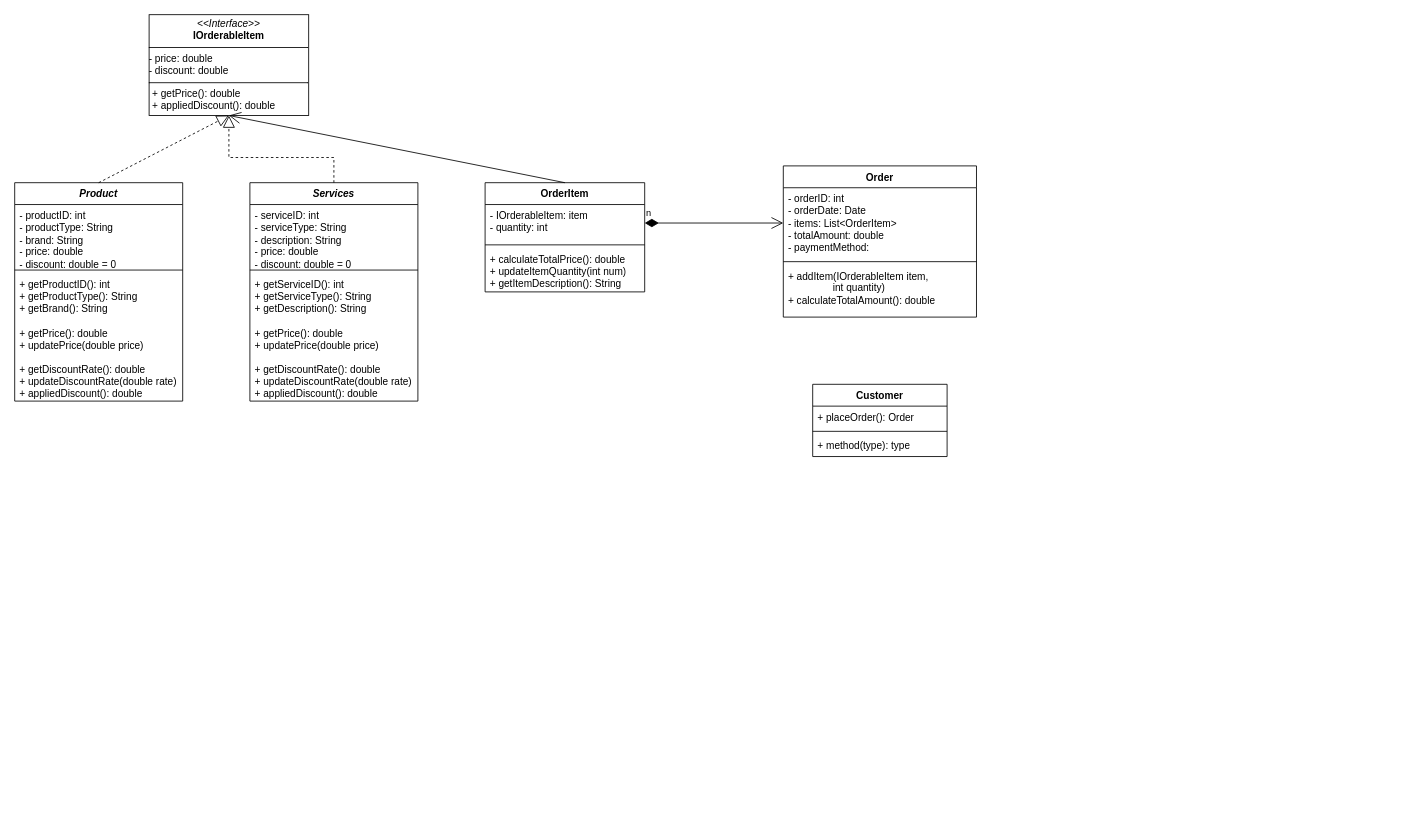
Earlier version of the draw.io diagram soft2201w3.drawio (NguyenChHieu/graphs). Source tidied: cells renumbered, new cells numbered last; positions are measured from the earlier drawing's top-left corner, leaving out a move shared by most shapes. Both pictures are drawn from the tidied source at 84%, with x=0, y=0 at pixel (14, 14).
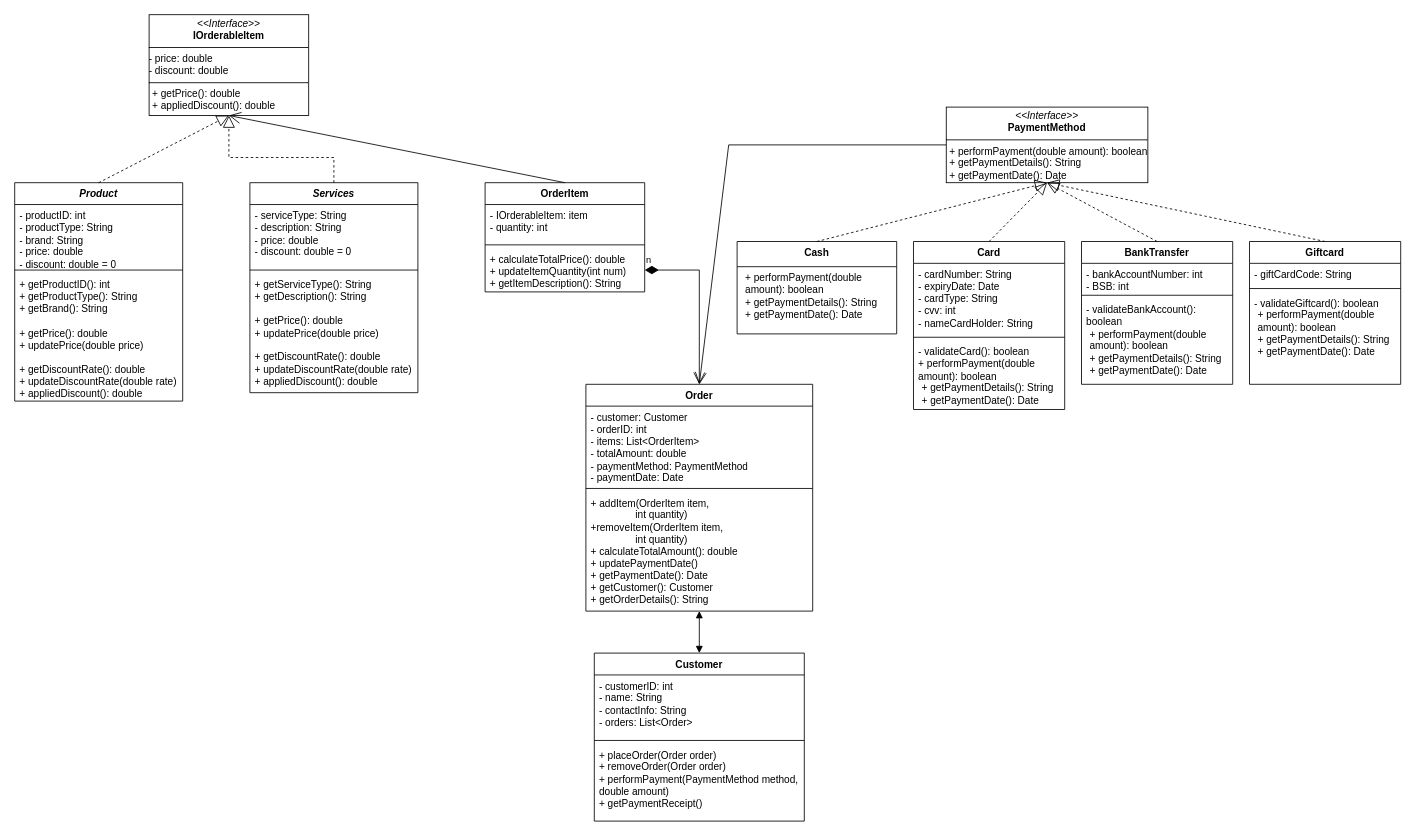
The same diagram, later.

The change refers to these unchanged cells:
```xml
<mxCell id="18" value="- IOrderableItem: item&lt;div&gt;- quantity: int&lt;/div&gt;" style="text;strokeColor=none;fillColor=none;align=left;verticalAlign=top;spacingLeft=4;spacingRight=4;overflow=hidden;points=[[0,0.5],[1,0.5]];portConstraint=eastwest;whiteSpace=wrap;html=1;" parent="17" vertex="1">
  <mxGeometry y="26" width="190" height="44" as="geometry" />
</mxCell>
<mxCell id="20" value="+ calculateTotalPrice(): double&lt;div&gt;+ updateItemQuantity(int num)&lt;br&gt;&lt;div&gt;+ getItemDescription(): String&lt;br&gt;&lt;div&gt;&lt;br&gt;&lt;/div&gt;&lt;/div&gt;&lt;/div&gt;" style="text;strokeColor=none;fillColor=none;align=left;verticalAlign=top;spacingLeft=4;spacingRight=4;overflow=hidden;points=[[0,0.5],[1,0.5]];portConstraint=eastwest;whiteSpace=wrap;html=1;" parent="17" vertex="1">
  <mxGeometry y="78" width="190" height="52" as="geometry" />
</mxCell>
```

What changed in the source:
```diff
@@
     <mxCell id="6" value="&lt;i&gt;Services&lt;/i&gt;" style="swimlane;fontStyle=1;align=center;verticalAlign=top;horizontal=1;startSize=26;whiteSpace=wrap;html=1;" parent="1" vertex="1">
-      <mxGeometry x="280" y="200" width="200" height="260" as="geometry" />
+      <mxGeometry x="280" y="200" width="200" height="250" as="geometry" />
     </mxCell>
-    <mxCell id="7" value="- serviceID: int&amp;nbsp;&lt;div&gt;- serviceType: String&lt;br&gt;&lt;div&gt;- description: String&amp;nbsp;&lt;/div&gt;&lt;div&gt;- price: double&lt;/div&gt;&lt;/div&gt;&lt;div&gt;- discount: double = 0&lt;/div&gt;" style="text;strokeColor=none;fillColor=none;align=left;verticalAlign=top;spacingLeft=4;spacingRight=4;overflow=hidden;whiteSpace=wrap;html=1;" parent="6" vertex="1">
+    <mxCell id="7" value="&lt;div&gt;- serviceType: String&lt;br&gt;&lt;div&gt;- description: String&amp;nbsp;&lt;/div&gt;&lt;div&gt;- price: double&lt;/div&gt;&lt;/div&gt;&lt;div&gt;- discount: double = 0&lt;/div&gt;" style="text;strokeColor=none;fillColor=none;align=left;verticalAlign=top;spacingLeft=4;spacingRight=4;overflow=hidden;whiteSpace=wrap;html=1;" parent="6" vertex="1">
       <mxGeometry y="26" width="200" height="74" as="geometry" />
     </mxCell>
@@
-    <mxCell id="9" value="+ getServiceID(): int&lt;div&gt;+ getServiceType(): String&lt;/div&gt;&lt;div&gt;+ getDescription(): String&lt;/div&gt;&lt;div&gt;&lt;div&gt;&lt;br&gt;&lt;/div&gt;&lt;div&gt;+ getPrice(): double&lt;/div&gt;&lt;div&gt;+ updatePrice(double price)&lt;/div&gt;&lt;div&gt;&lt;br&gt;&lt;/div&gt;&lt;div&gt;+ getDiscountRate(): double&lt;/div&gt;&lt;div&gt;+ updateDiscountRate(double rate)&lt;/div&gt;&lt;div&gt;+ appliedDiscount(): double&lt;/div&gt;&lt;div&gt;&lt;br&gt;&lt;/div&gt;&lt;/div&gt;" style="text;strokeColor=none;fillColor=none;align=left;verticalAlign=top;spacingLeft=4;spacingRight=4;overflow=hidden;whiteSpace=wrap;html=1;" parent="6" vertex="1">
-      <mxGeometry y="108" width="200" height="152" as="geometry" />
+    <mxCell id="9" value="&lt;div&gt;+ getServiceType(): String&lt;/div&gt;&lt;div&gt;+ getDescription(): String&lt;/div&gt;&lt;div&gt;&lt;div&gt;&lt;br&gt;&lt;/div&gt;&lt;div&gt;+ getPrice(): double&lt;/div&gt;&lt;div&gt;+ updatePrice(double price)&lt;/div&gt;&lt;div&gt;&lt;br&gt;&lt;/div&gt;&lt;div&gt;+ getDiscountRate(): double&lt;/div&gt;&lt;div&gt;+ updateDiscountRate(double rate)&lt;/div&gt;&lt;div&gt;+ appliedDiscount(): double&lt;/div&gt;&lt;div&gt;&lt;br&gt;&lt;/div&gt;&lt;/div&gt;" style="text;strokeColor=none;fillColor=none;align=left;verticalAlign=top;spacingLeft=4;spacingRight=4;overflow=hidden;whiteSpace=wrap;html=1;" parent="6" vertex="1">
+      <mxGeometry y="108" width="200" height="142" as="geometry" />
     </mxCell>
     <mxCell id="10" value="Customer" style="swimlane;fontStyle=1;align=center;verticalAlign=top;horizontal=1;startSize=26;whiteSpace=wrap;html=1;" parent="1" vertex="1">
-      <mxGeometry x="950" y="440" width="160" height="86" as="geometry" />
+      <mxGeometry x="690" y="760" width="250" height="200" as="geometry" />
     </mxCell>
-    <mxCell id="11" value="+ placeOrder(): Order" style="text;strokeColor=none;fillColor=none;align=left;verticalAlign=top;spacingLeft=4;spacingRight=4;overflow=hidden;whiteSpace=wrap;html=1;" parent="10" vertex="1">
-      <mxGeometry y="26" width="160" height="26" as="geometry" />
+    <mxCell id="11" value="&lt;div&gt;- customerID: int&lt;/div&gt;&lt;div&gt;- name: String&lt;/div&gt;&lt;div&gt;- contactInfo: String&lt;/div&gt;- orders: List&amp;lt;Order&amp;gt;" style="text;strokeColor=none;fillColor=none;align=left;verticalAlign=top;spacingLeft=4;spacingRight=4;overflow=hidden;whiteSpace=wrap;html=1;" parent="10" vertex="1">
+      <mxGeometry y="26" width="250" height="74" as="geometry" />
     </mxCell>
     <mxCell id="12" style="line;strokeWidth=1;fillColor=none;align=left;verticalAlign=middle;spacingTop=-1;spacingLeft=3;spacingRight=3;labelPosition=right;strokeColor=inherit;" parent="10" vertex="1">
-      <mxGeometry y="52" width="160" height="8" as="geometry" />
+      <mxGeometry y="100" width="250" height="8" as="geometry" />
     </mxCell>
-    <mxCell id="13" value="+ method(type): type" style="text;strokeColor=none;fillColor=none;align=left;verticalAlign=top;spacingLeft=4;spacingRight=4;overflow=hidden;whiteSpace=wrap;html=1;" parent="10" vertex="1">
-      <mxGeometry y="60" width="160" height="26" as="geometry" />
+    <mxCell id="13" value="&lt;div&gt;+ placeOrder(Order order)&lt;/div&gt;&lt;div&gt;+ removeOrder(Order order)&lt;/div&gt;&lt;div&gt;+ performPayment(PaymentMethod method, double amount)&lt;/div&gt;&lt;div&gt;+ getPaymentReceipt(&lt;span style=&quot;background-color: initial;&quot;&gt;)&lt;/span&gt;&lt;/div&gt;" style="text;strokeColor=none;fillColor=none;align=left;verticalAlign=top;spacingLeft=4;spacingRight=4;overflow=hidden;whiteSpace=wrap;html=1;" parent="10" vertex="1">
+      <mxGeometry y="108" width="250" height="92" as="geometry" />
     </mxCell>
@@
     <mxCell id="22" value="Order" style="swimlane;fontStyle=1;align=center;verticalAlign=top;horizontal=1;startSize=26;whiteSpace=wrap;html=1;" parent="1" vertex="1">
-      <mxGeometry x="915" y="180" width="230" height="180" as="geometry" />
+      <mxGeometry x="680" y="440" width="270" height="270" as="geometry" />
     </mxCell>
-    <mxCell id="23" value="&lt;div&gt;- orderID: int&lt;/div&gt;&lt;div&gt;-&lt;span style=&quot;background-color: initial;&quot;&gt;&amp;nbsp;&lt;/span&gt;&lt;span style=&quot;background-color: initial;&quot;&gt;orderDate: Date&lt;/span&gt;&lt;/div&gt;- items&lt;span style=&quot;background-color: initial;&quot;&gt;: List&amp;lt;OrderItem&amp;gt;&amp;nbsp;&lt;/span&gt;&lt;div&gt;&lt;span style=&quot;background-color: initial;&quot;&gt;- totalAmount: double&amp;nbsp;&lt;/span&gt;&lt;/div&gt;&lt;div&gt;&lt;span style=&quot;background-color: initial;&quot;&gt;- paymentMethod:&amp;nbsp;&lt;/span&gt;&lt;/div&gt;&lt;div&gt;&lt;br&gt;&lt;/div&gt;" style="text;strokeColor=none;fillColor=none;align=left;verticalAlign=top;spacingLeft=4;spacingRight=4;overflow=hidden;points=[[0,0.5],[1,0.5]];portConstraint=eastwest;whiteSpace=wrap;html=1;" parent="22" vertex="1">
-      <mxGeometry y="26" width="230" height="84" as="geometry" />
+    <mxCell id="23" value="&lt;div&gt;- customer: Customer&lt;/div&gt;&lt;div&gt;- orderID: int&lt;/div&gt;- items&lt;span style=&quot;background-color: initial;&quot;&gt;: List&amp;lt;OrderItem&amp;gt;&amp;nbsp;&lt;/span&gt;&lt;div&gt;&lt;span style=&quot;background-color: initial;&quot;&gt;- totalAmount: double&amp;nbsp;&lt;/span&gt;&lt;/div&gt;&lt;div&gt;&lt;span style=&quot;background-color: initial;&quot;&gt;- paymentMethod: PaymentMethod&lt;/span&gt;&lt;/div&gt;&lt;div&gt;-&lt;span style=&quot;background-color: initial;&quot;&gt;&amp;nbsp;payment&lt;/span&gt;&lt;span style=&quot;background-color: initial;&quot;&gt;Date: Date&lt;/span&gt;&lt;br&gt;&lt;/div&gt;" style="text;strokeColor=none;fillColor=none;align=left;verticalAlign=top;spacingLeft=4;spacingRight=4;overflow=hidden;points=[[0,0.5],[1,0.5]];portConstraint=eastwest;whiteSpace=wrap;html=1;" parent="22" vertex="1">
+      <mxGeometry y="26" width="270" height="94" as="geometry" />
     </mxCell>
     <mxCell id="24" style="line;strokeWidth=1;fillColor=none;align=left;verticalAlign=middle;spacingTop=-1;spacingLeft=3;spacingRight=3;labelPosition=right;strokeColor=inherit;" parent="22" vertex="1">
-      <mxGeometry y="110" width="230" height="8" as="geometry" />
+      <mxGeometry y="120" width="270" height="8" as="geometry" />
     </mxCell>
-    <mxCell id="25" value="+ addItem(IOrderableItem item,&lt;div&gt;&lt;span style=&quot;white-space: pre;&quot;&gt;&#9;&lt;/span&gt;&lt;span style=&quot;white-space: pre;&quot;&gt;&#9;&lt;/span&gt;int quantity)&lt;/div&gt;&lt;div&gt;+ calculateTotalAmount(): double&lt;/div&gt;" style="text;strokeColor=none;fillColor=none;align=left;verticalAlign=top;spacingLeft=4;spacingRight=4;overflow=hidden;whiteSpace=wrap;html=1;" parent="22" vertex="1">
-      <mxGeometry y="118" width="230" height="62" as="geometry" />
+    <mxCell id="25" value="+ addItem(OrderItem item,&lt;div&gt;&lt;span style=&quot;white-space: pre;&quot;&gt;&#9;&lt;/span&gt;&lt;span style=&quot;white-space: pre;&quot;&gt;&#9;&lt;/span&gt;int quantity)&lt;/div&gt;&lt;div&gt;+removeItem(&lt;span style=&quot;background-color: initial;&quot;&gt;OrderItem item,&lt;/span&gt;&lt;/div&gt;&lt;div&gt;&lt;span style=&quot;white-space: pre;&quot;&gt;&#9;&lt;/span&gt;&lt;span style=&quot;white-space: pre;&quot;&gt;&#9;&lt;/span&gt;int quantity)&lt;/div&gt;&lt;div&gt;+ calculateTotalAmount(): double&lt;/div&gt;&lt;div&gt;+ updatePaymentDate()&lt;/div&gt;&lt;div&gt;+ getPaymentDate(): Date&lt;/div&gt;&lt;div&gt;+ getCustomer(): Customer&lt;/div&gt;&lt;div&gt;+ getOrderDetails(): String&lt;/div&gt;" style="text;strokeColor=none;fillColor=none;align=left;verticalAlign=top;spacingLeft=4;spacingRight=4;overflow=hidden;whiteSpace=wrap;html=1;" parent="22" vertex="1">
+      <mxGeometry y="128" width="270" height="142" as="geometry" />
     </mxCell>
+    <mxCell id="27" value="&lt;p style=&quot;margin:0px;margin-top:4px;text-align:center;&quot;&gt;&lt;i&gt;&amp;lt;&amp;lt;Interface&amp;gt;&amp;gt;&lt;/i&gt;&lt;br&gt;&lt;b&gt;PaymentMethod&lt;/b&gt;&lt;/p&gt;&lt;hr size=&quot;1&quot; style=&quot;border-style:solid;&quot;&gt;&lt;p style=&quot;margin: 0px 0px 0px 4px;&quot;&gt;+ performPayment(double amount):&lt;span style=&quot;background-color: initial;&quot;&gt;&amp;nbsp;&lt;/span&gt;&lt;span style=&quot;background-color: initial;&quot;&gt;boolean&lt;/span&gt;&lt;/p&gt;&lt;p style=&quot;margin: 0px 0px 0px 4px;&quot;&gt;+ getPaymentDetails():&amp;nbsp;&lt;span style=&quot;background-color: initial;&quot;&gt;String&lt;/span&gt;&lt;/p&gt;&lt;p style=&quot;margin: 0px 0px 0px 4px;&quot;&gt;&lt;span style=&quot;background-color: initial;&quot;&gt;+ getPaymentDate(): Date&lt;/span&gt;&lt;/p&gt;" style="verticalAlign=top;align=left;overflow=fill;html=1;whiteSpace=wrap;" parent="1" vertex="1">
+      <mxGeometry x="1109" y="110" width="240" height="90" as="geometry" />
+    </mxCell>
+    <mxCell id="28" value="Card" style="swimlane;fontStyle=1;align=center;verticalAlign=top;horizontal=1;startSize=26;whiteSpace=wrap;html=1;" parent="1" vertex="1">
+      <mxGeometry x="1070" y="270" width="180" height="200" as="geometry" />
+    </mxCell>
+    <mxCell id="29" value="- cardNumber: String&lt;div&gt;- expiryDate: Date&lt;/div&gt;&lt;div&gt;- cardType: String&amp;nbsp;&lt;/div&gt;&lt;div&gt;- cvv: int&lt;/div&gt;&lt;div&gt;- nameCardHolder: String&lt;/div&gt;" style="text;strokeColor=none;fillColor=none;align=left;verticalAlign=top;spacingLeft=4;spacingRight=4;overflow=hidden;whiteSpace=wrap;html=1;" parent="28" vertex="1">
+      <mxGeometry y="26" width="180" height="84" as="geometry" />
+    </mxCell>
+    <mxCell id="30" style="line;strokeWidth=1;fillColor=none;align=left;verticalAlign=middle;spacingTop=-1;spacingLeft=3;spacingRight=3;labelPosition=right;strokeColor=inherit;" parent="28" vertex="1">
+      <mxGeometry y="110" width="180" height="8" as="geometry" />
+    </mxCell>
+    <mxCell id="31" value="- validateCard(): boolean&lt;div&gt;&lt;span style=&quot;background-color: initial;&quot;&gt;+ performPayment(double amount):&lt;/span&gt;&lt;span style=&quot;background-color: initial;&quot;&gt;&amp;nbsp;&lt;/span&gt;&lt;span style=&quot;background-color: initial;&quot;&gt;boolean&lt;/span&gt;&lt;div&gt;&lt;p style=&quot;margin: 0px 0px 0px 4px;&quot;&gt;+ getPaymentDetails():&amp;nbsp;&lt;span style=&quot;background-color: initial;&quot;&gt;String&lt;/span&gt;&lt;/p&gt;&lt;p style=&quot;margin: 0px 0px 0px 4px;&quot;&gt;+ getPaymentDate(): Date&lt;span style=&quot;background-color: initial;&quot;&gt;&lt;br&gt;&lt;/span&gt;&lt;/p&gt;&lt;/div&gt;&lt;/div&gt;" style="text;strokeColor=none;fillColor=none;align=left;verticalAlign=top;spacingLeft=4;spacingRight=4;overflow=hidden;whiteSpace=wrap;html=1;" parent="28" vertex="1">
+      <mxGeometry y="118" width="180" height="82" as="geometry" />
+    </mxCell>
+    <mxCell id="32" value="Cash" style="swimlane;fontStyle=1;align=center;verticalAlign=top;horizontal=1;startSize=30;whiteSpace=wrap;html=1;" parent="1" vertex="1">
+      <mxGeometry x="860" y="270" width="190" height="110" as="geometry" />
+    </mxCell>
+    <mxCell id="33" value="&lt;p style=&quot;margin: 0px 0px 0px 4px;&quot;&gt;+ performPayment(double amount):&lt;span style=&quot;background-color: initial;&quot;&gt;&amp;nbsp;&lt;/span&gt;&lt;span style=&quot;background-color: initial;&quot;&gt;boolean&lt;/span&gt;&lt;/p&gt;&lt;p style=&quot;margin: 0px 0px 0px 4px;&quot;&gt;+ getPaymentDetails():&amp;nbsp;&lt;span style=&quot;background-color: initial;&quot;&gt;String&lt;/span&gt;&lt;/p&gt;&lt;p style=&quot;margin: 0px 0px 0px 4px;&quot;&gt;+ getPaymentDate(): Date&lt;span style=&quot;background-color: initial;&quot;&gt;&lt;br&gt;&lt;/span&gt;&lt;/p&gt;" style="text;strokeColor=none;fillColor=none;align=left;verticalAlign=top;spacingLeft=4;spacingRight=4;overflow=hidden;whiteSpace=wrap;html=1;" parent="32" vertex="1">
+      <mxGeometry y="30" width="190" height="80" as="geometry" />
+    </mxCell>
+    <mxCell id="34" value="BankTransfer" style="swimlane;fontStyle=1;align=center;verticalAlign=top;horizontal=1;startSize=26;whiteSpace=wrap;html=1;" parent="1" vertex="1">
+      <mxGeometry x="1270" y="270" width="180" height="170" as="geometry" />
+    </mxCell>
+    <mxCell id="35" value="- bankAccountNumber: int&lt;div&gt;- BSB: int&lt;/div&gt;" style="text;strokeColor=none;fillColor=none;align=left;verticalAlign=top;spacingLeft=4;spacingRight=4;overflow=hidden;whiteSpace=wrap;html=1;" parent="34" vertex="1">
+      <mxGeometry y="26" width="180" height="34" as="geometry" />
+    </mxCell>
+    <mxCell id="36" style="line;strokeWidth=1;fillColor=none;align=left;verticalAlign=middle;spacingTop=-1;spacingLeft=3;spacingRight=3;labelPosition=right;strokeColor=inherit;" parent="34" vertex="1">
+      <mxGeometry y="60" width="180" height="8" as="geometry" />
+    </mxCell>
+    <mxCell id="37" value="- validateBankAccount(): boolean&lt;div&gt;&lt;p style=&quot;margin: 0px 0px 0px 4px;&quot;&gt;+ performPayment(double amount):&lt;span style=&quot;background-color: initial;&quot;&gt;&amp;nbsp;&lt;/span&gt;&lt;span style=&quot;background-color: initial;&quot;&gt;boolean&lt;/span&gt;&lt;/p&gt;&lt;p style=&quot;margin: 0px 0px 0px 4px;&quot;&gt;+ getPaymentDetails():&amp;nbsp;&lt;span style=&quot;background-color: initial;&quot;&gt;String&lt;/span&gt;&lt;/p&gt;&lt;p style=&quot;margin: 0px 0px 0px 4px;&quot;&gt;+ getPaymentDate(): Date&lt;/p&gt;&lt;/div&gt;" style="text;strokeColor=none;fillColor=none;align=left;verticalAlign=top;spacingLeft=4;spacingRight=4;overflow=hidden;whiteSpace=wrap;html=1;" parent="34" vertex="1">
+      <mxGeometry y="68" width="180" height="102" as="geometry" />
+    </mxCell>
+    <mxCell id="38" value="Giftcard" style="swimlane;fontStyle=1;align=center;verticalAlign=top;horizontal=1;startSize=26;whiteSpace=wrap;html=1;" parent="1" vertex="1">
+      <mxGeometry x="1470" y="270" width="180" height="170" as="geometry" />
+    </mxCell>
+    <mxCell id="39" value="- giftCardCode: String" style="text;strokeColor=none;fillColor=none;align=left;verticalAlign=top;spacingLeft=4;spacingRight=4;overflow=hidden;whiteSpace=wrap;html=1;" parent="38" vertex="1">
+      <mxGeometry y="26" width="180" height="26" as="geometry" />
+    </mxCell>
+    <mxCell id="40" style="line;strokeWidth=1;fillColor=none;align=left;verticalAlign=middle;spacingTop=-1;spacingLeft=3;spacingRight=3;labelPosition=right;strokeColor=inherit;" parent="38" vertex="1">
+      <mxGeometry y="52" width="180" height="8" as="geometry" />
+    </mxCell>
+    <mxCell id="41" value="- validateGiftcard(): boolean&lt;div&gt;&lt;p style=&quot;margin: 0px 0px 0px 4px;&quot;&gt;+ performPayment(double amount):&lt;span style=&quot;background-color: initial;&quot;&gt;&amp;nbsp;&lt;/span&gt;&lt;span style=&quot;background-color: initial;&quot;&gt;boolean&lt;/span&gt;&lt;/p&gt;&lt;p style=&quot;margin: 0px 0px 0px 4px;&quot;&gt;+ getPaymentDetails():&amp;nbsp;&lt;span style=&quot;background-color: initial;&quot;&gt;String&lt;/span&gt;&lt;/p&gt;&lt;p style=&quot;margin: 0px 0px 0px 4px;&quot;&gt;+ getPaymentDate(): Date&lt;/p&gt;&lt;/div&gt;" style="text;strokeColor=none;fillColor=none;align=left;verticalAlign=top;spacingLeft=4;spacingRight=4;overflow=hidden;whiteSpace=wrap;html=1;" parent="38" vertex="1">
+      <mxGeometry y="60" width="180" height="110" as="geometry" />
+    </mxCell>
+    <mxCell id="42" style="endArrow=block;dashed=1;endFill=0;endSize=12;html=1;rounded=0;exitX=0.5;exitY=0;exitDx=0;exitDy=0;entryX=0.5;entryY=1;entryDx=0;entryDy=0;" parent="1" edge="1" source="32" target="27">
+      <mxGeometry relative="1" as="geometry" />
+    </mxCell>
+    <mxCell id="43" style="endArrow=block;dashed=1;endFill=0;endSize=12;html=1;rounded=0;exitX=0.5;exitY=0;exitDx=0;exitDy=0;entryX=0.5;entryY=1;entryDx=0;entryDy=0;" parent="1" edge="1" source="28" target="27">
+      <mxGeometry relative="1" as="geometry" />
+    </mxCell>
+    <mxCell id="44" style="endArrow=block;dashed=1;endFill=0;endSize=12;html=1;rounded=0;exitX=0.5;exitY=0;exitDx=0;exitDy=0;entryX=0.5;entryY=1;entryDx=0;entryDy=0;" parent="1" edge="1" source="34" target="27">
+      <mxGeometry relative="1" as="geometry" />
+    </mxCell>
+    <mxCell id="45" style="endArrow=block;dashed=1;endFill=0;endSize=12;html=1;rounded=0;exitX=0.5;exitY=0;exitDx=0;exitDy=0;entryX=0.5;entryY=1;entryDx=0;entryDy=0;" parent="1" edge="1" source="38" target="27">
+      <mxGeometry relative="1" as="geometry" />
+    </mxCell>
-    <mxCell id="26" value="n" style="endArrow=open;html=1;endSize=12;startArrow=diamondThin;startSize=14;startFill=1;edgeStyle=orthogonalEdgeStyle;align=left;verticalAlign=bottom;rounded=0;exitX=1;exitY=0.5;exitDx=0;exitDy=0;entryX=0;entryY=0.5;entryDx=0;entryDy=0;" parent="1" edge="1" source="18" target="23">
+    <mxCell id="26" value="n" style="endArrow=open;html=1;endSize=12;startArrow=diamondThin;startSize=14;startFill=1;edgeStyle=orthogonalEdgeStyle;align=left;verticalAlign=bottom;rounded=0;exitX=1;exitY=0.5;exitDx=0;exitDy=0;entryX=0.5;entryY=0;entryDx=0;entryDy=0;" parent="1" edge="1" source="20" target="22">
       <mxGeometry x="-1" y="3" relative="1" as="geometry" />
     </mxCell>
+    <mxCell id="46" style="endArrow=open;endFill=1;endSize=12;html=1;rounded=0;exitX=0;exitY=0.5;exitDx=0;exitDy=0;entryX=0.5;entryY=0;entryDx=0;entryDy=0;" parent="1" edge="1" source="27" target="22">
+      <mxGeometry relative="1" as="geometry">
+        <Array as="points">
+          <mxPoint x="850" y="155" />
+        </Array>
+      </mxGeometry>
+    </mxCell>
+    <mxCell id="47" style="endArrow=block;startArrow=block;endFill=1;startFill=1;html=1;rounded=0;entryX=0.5;entryY=0;entryDx=0;entryDy=0;exitX=0.5;exitY=1;exitDx=0;exitDy=0;" parent="1" edge="1" source="22" target="10">
+      <mxGeometry relative="1" as="geometry" />
+    </mxCell>
```
